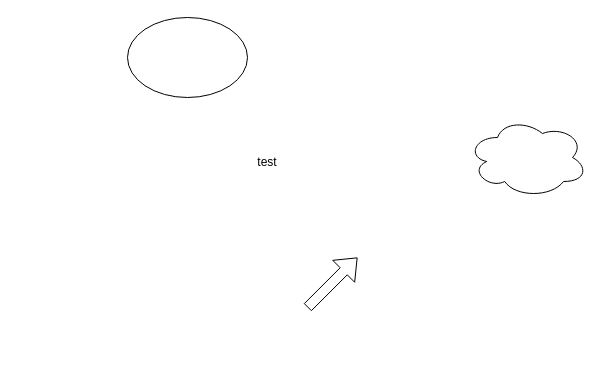
This is Untitled Diagram.drawio from xiuling216/drawing, a draw.io file, before an edit. Source tidied: cells renumbered, new cells numbered last; positions are measured from the earlier drawing's top-left corner, leaving out a move shared by most shapes. Both pictures are drawn from the tidied source at 100%, with x=0, y=0 at pixel (127, 17).
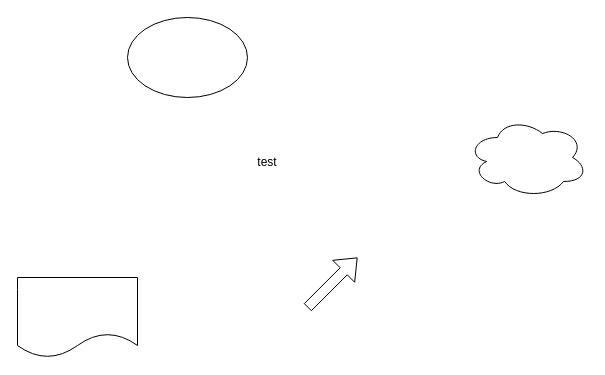
The same diagram, later.

The edit, as a diff of the source:
```diff
@@
 <mxGraphModel>
   <root>
     <mxCell id="0" />
     <mxCell id="1" parent="0" />
     <mxCell id="2" style="ellipse;whiteSpace=wrap;html=1;" parent="1" vertex="1">
       <mxGeometry width="120" height="80" as="geometry" />
     </mxCell>
     <mxCell id="3" value="test" style="text;html=1;strokeColor=none;fillColor=none;align=center;verticalAlign=middle;whiteSpace=wrap;rounded=0;" parent="1" vertex="1">
       <mxGeometry x="110" y="130" width="60" height="30" as="geometry" />
     </mxCell>
     <mxCell id="4" style="shape=flexArrow;endArrow=classic;html=1;rounded=0;" parent="1" edge="1">
       <mxGeometry relative="1" as="geometry">
         <mxPoint x="180" y="290" as="sourcePoint" />
         <mxPoint x="230" y="240" as="targetPoint" />
       </mxGeometry>
     </mxCell>
     <mxCell id="5" style="ellipse;shape=cloud;whiteSpace=wrap;html=1;" parent="1" vertex="1">
       <mxGeometry x="340" y="100" width="120" height="80" as="geometry" />
     </mxCell>
+    <mxCell id="6" style="shape=document;whiteSpace=wrap;html=1;boundedLbl=1;" parent="1" vertex="1">
+      <mxGeometry x="-110" y="260" width="120" height="80" as="geometry" />
+    </mxCell>
   </root>
 </mxGraphModel>
```
